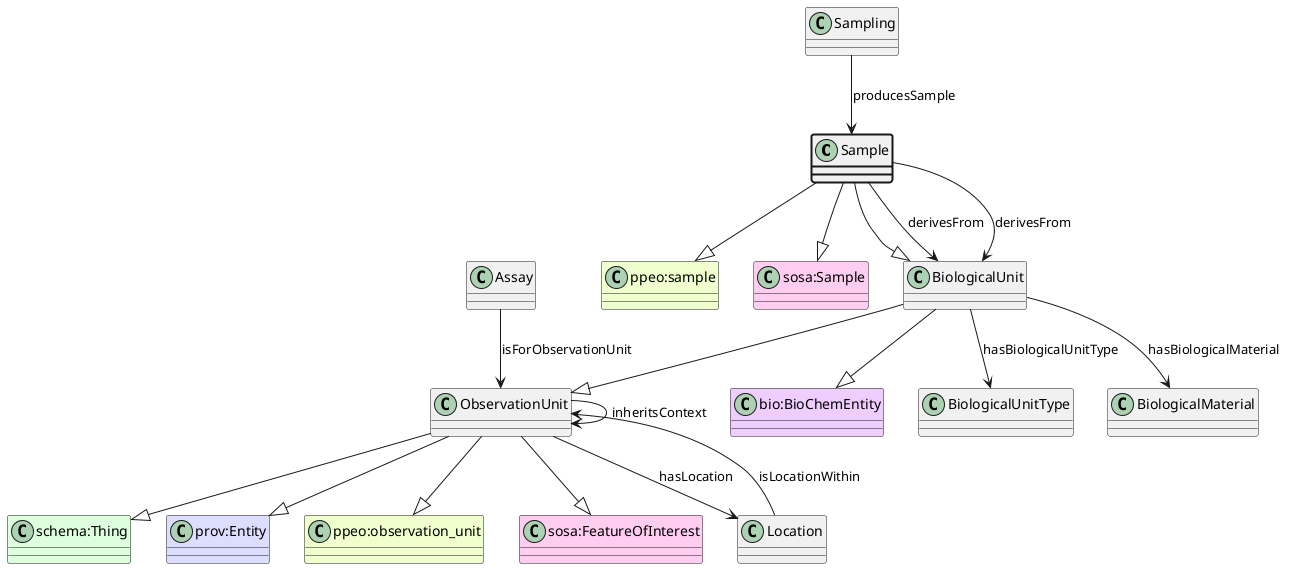
This is ttl_uml/ttl_appn_Sample.png from aus-plant-phenomics-network/appn-schema, a PlantUML export, as it was before one commit. The source it was exported from:
```plantuml
@startuml
class Sample  #line.bold
class "ppeo:sample" #EEFFCC
Sample --|> "ppeo:sample"
class "sosa:Sample" #FFCCEE
Sample --|> "sosa:Sample"
class BiologicalUnit
class ObservationUnit
class "schema:Thing" #DDFFDD
ObservationUnit --|> "schema:Thing"
class "prov:Entity" #DDDDFF
ObservationUnit --|> "prov:Entity"
class "ppeo:observation_unit" #EEFFCC
ObservationUnit --|> "ppeo:observation_unit"
class "sosa:FeatureOfInterest" #FFCCEE
ObservationUnit --|> "sosa:FeatureOfInterest"
BiologicalUnit --|> ObservationUnit
class "bio:BioChemEntity" #EECCFF
BiologicalUnit --|> "bio:BioChemEntity"
Sample --|> BiologicalUnit
class Sampling
Sampling --> Sample : producesSample
class BiologicalUnit
Sample --> BiologicalUnit : derivesFrom
class BiologicalUnitType
BiologicalUnit --> BiologicalUnitType : hasBiologicalUnitType
Sample --> BiologicalUnit : derivesFrom
class BiologicalMaterial
BiologicalUnit --> BiologicalMaterial : hasBiologicalMaterial
class Assay
Assay --> ObservationUnit : isForObservationUnit
class ObservationUnit
ObservationUnit --> ObservationUnit : inheritsContext
class Location
ObservationUnit --> Location : hasLocation
class Location
Location --> ObservationUnit : isLocationWithin
@enduml
```
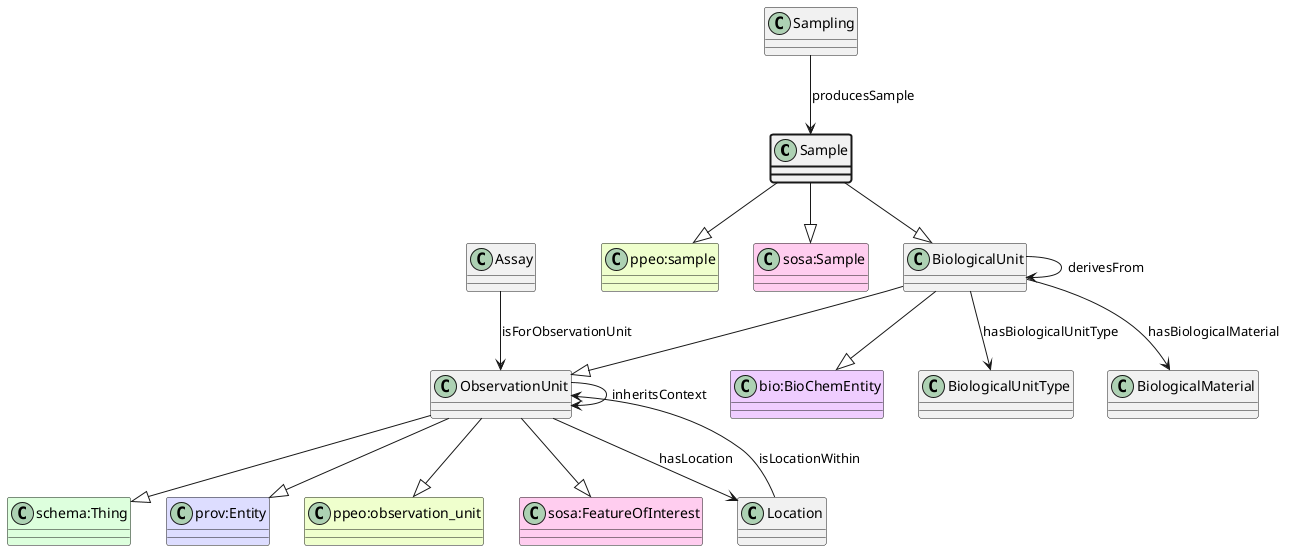
The same diagram one commit later.

Change to the diagram source:
```diff
@@ -20,11 +20,10 @@
 Sample --|> BiologicalUnit
 class Sampling
 Sampling --> Sample : producesSample
-class BiologicalUnit
-Sample --> BiologicalUnit : derivesFrom
 class BiologicalUnitType
 BiologicalUnit --> BiologicalUnitType : hasBiologicalUnitType
-Sample --> BiologicalUnit : derivesFrom
+class BiologicalUnit
+BiologicalUnit --> BiologicalUnit : derivesFrom
 class BiologicalMaterial
 BiologicalUnit --> BiologicalMaterial : hasBiologicalMaterial
 class Assay
```
